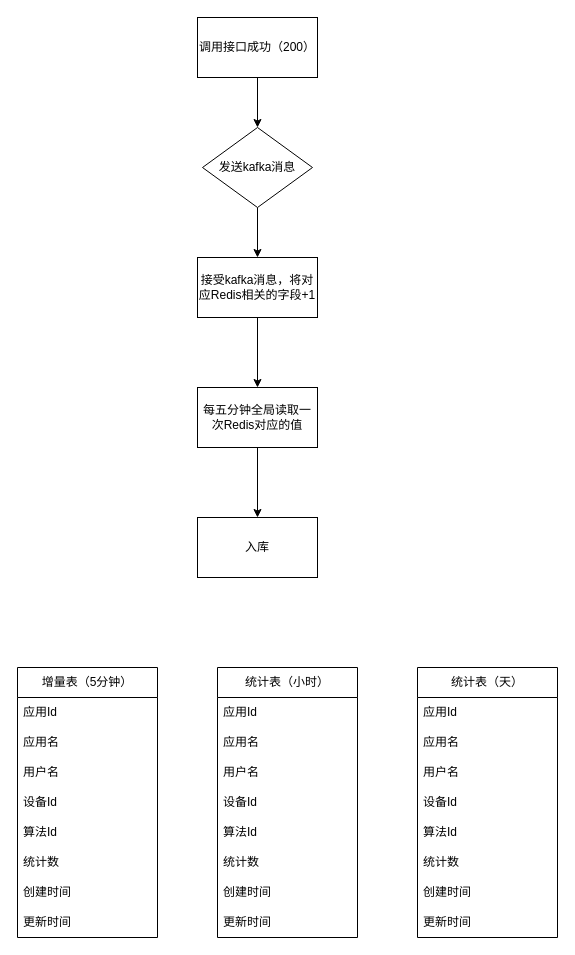
Above: 接口计费.drawio in lingpengzhou/diagrams.io (draw.io), before the change. Source tidied: cells renumbered, new cells numbered last; positions are measured from the earlier drawing's top-left corner, leaving out a move shared by most shapes. Both pictures are drawn from the tidied source at 100%, with x=0, y=0 at pixel (17, 17).
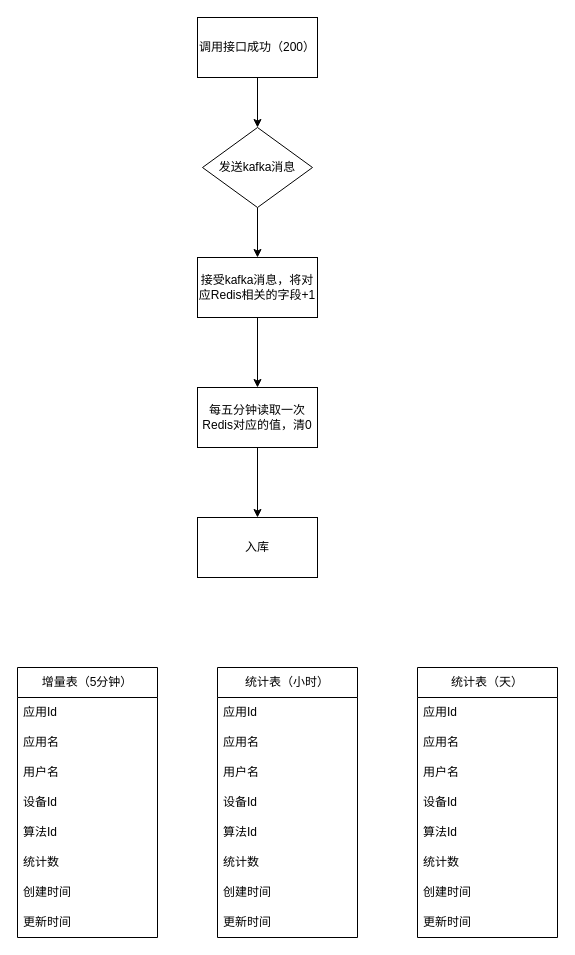
After the change.

Commit message (it also covers changes not shown here):
更新接口计费.drawio

What changed in the source:
```diff
@@
-    <mxCell id="9" value="每五分钟全局读取一次Redis对应的值" style="rounded=0;whiteSpace=wrap;html=1;" parent="1" vertex="1">
+    <mxCell id="9" value="每五分钟读取一次Redis对应的值，清0" style="rounded=0;whiteSpace=wrap;html=1;" parent="1" vertex="1">
       <mxGeometry x="180" y="370" width="120" height="60" as="geometry" />
     </mxCell>
```
